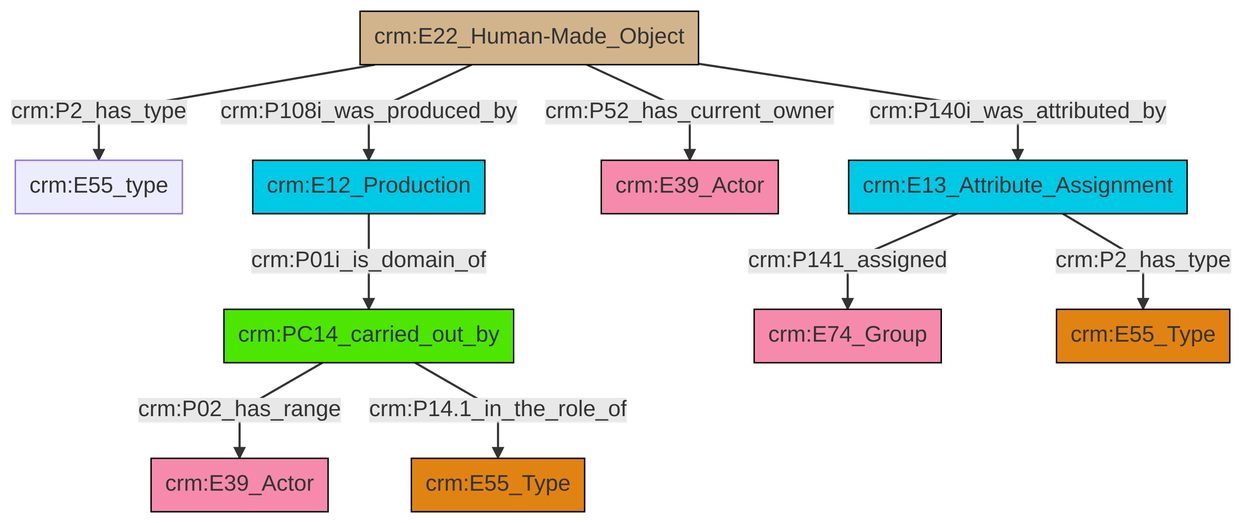
Before: et/builtWorkCSV/ttl/mmd/png/Built_Work_actor_relations.png, a diagram exported from Mermaid (swiss-art-research-net/docs.swissartresearch). Its source is kept beside it as et/builtWorkCSV/ttl/mmd/Built_Work_actor_relations.ttl.mmd.
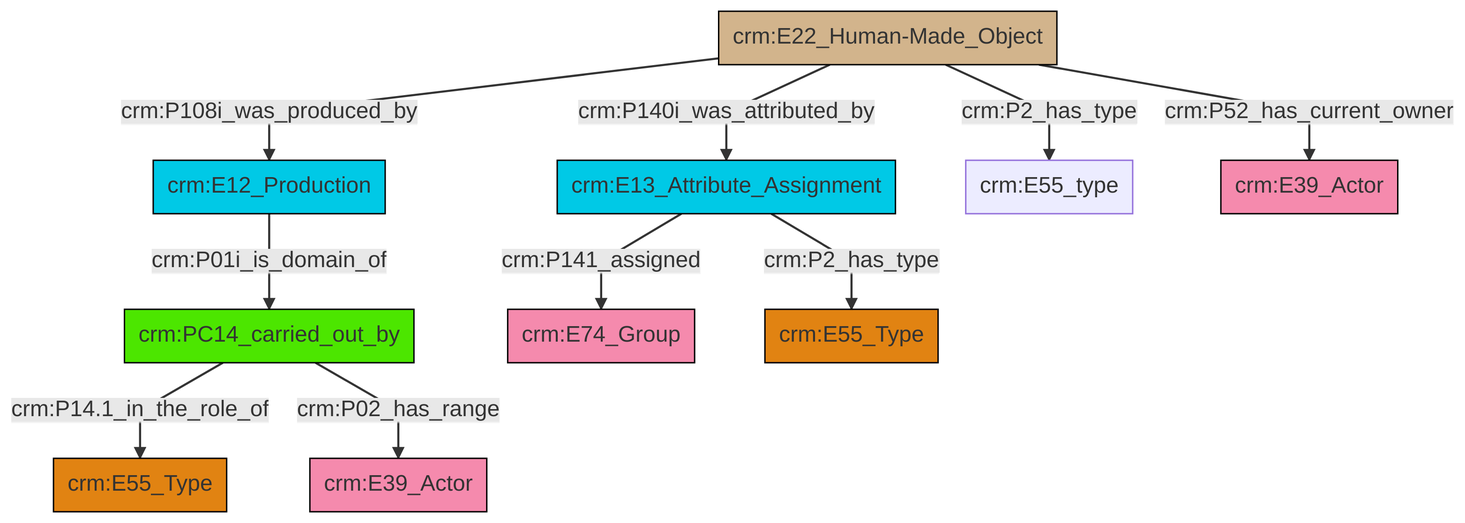
Later version of the same file.

What changed in the source:
```diff
@@ -13,12 +13,12 @@
 classDef PC_Classes fill:#4ce600, stroke:#000000;
 classDef Multi fill:#cccccc,stroke:#000000;
 
-0["crm:E22_Human-Made_Object"]:::Physical_Thing -->|crm:P2_has_type| 6["crm:E55_type"]:::Default
-0["crm:E22_Human-Made_Object"]:::Physical_Thing -->|crm:P108i_was_produced_by| 7["crm:E12_Production"]:::Temporal_Entity
-2["crm:E13_Attribute_Assignment"]:::Temporal_Entity -->|crm:P141_assigned| 8["crm:E74_Group"]:::Actor
-7["crm:E12_Production"]:::Temporal_Entity -->|crm:P01i_is_domain_of| 10["crm:PC14_carried_out_by"]:::PC_Classes
-10["crm:PC14_carried_out_by"]:::PC_Classes -->|crm:P02_has_range| 14["crm:E39_Actor"]:::Actor
-10["crm:PC14_carried_out_by"]:::PC_Classes -->|crm:P14.1_in_the_role_of| 4["crm:E55_Type"]:::Type
-2["crm:E13_Attribute_Assignment"]:::Temporal_Entity -->|crm:P2_has_type| 16["crm:E55_Type"]:::Type
-0["crm:E22_Human-Made_Object"]:::Physical_Thing -->|crm:P52_has_current_owner| 11["crm:E39_Actor"]:::Actor
-0["crm:E22_Human-Made_Object"]:::Physical_Thing -->|crm:P140i_was_attributed_by| 2["crm:E13_Attribute_Assignment"]:::Temporal_Entity
+0["crm:E12_Production"]:::Temporal_Entity -->|crm:P01i_is_domain_of| 1["crm:PC14_carried_out_by"]:::PC_Classes
+2["crm:E22_Human-Made_Object"]:::Physical_Thing -->|crm:P140i_was_attributed_by| 3["crm:E13_Attribute_Assignment"]:::Temporal_Entity
+2["crm:E22_Human-Made_Object"]:::Physical_Thing -->|crm:P108i_was_produced_by| 0["crm:E12_Production"]:::Temporal_Entity
+2["crm:E22_Human-Made_Object"]:::Physical_Thing -->|crm:P2_has_type| 4["crm:E55_type"]:::Default
+3["crm:E13_Attribute_Assignment"]:::Temporal_Entity -->|crm:P141_assigned| 5["crm:E74_Group"]:::Actor
+1["crm:PC14_carried_out_by"]:::PC_Classes -->|crm:P14.1_in_the_role_of| 7["crm:E55_Type"]:::Type
+1["crm:PC14_carried_out_by"]:::PC_Classes -->|crm:P02_has_range| 15["crm:E39_Actor"]:::Actor
+2["crm:E22_Human-Made_Object"]:::Physical_Thing -->|crm:P52_has_current_owner| 10["crm:E39_Actor"]:::Actor
+3["crm:E13_Attribute_Assignment"]:::Temporal_Entity -->|crm:P2_has_type| 13["crm:E55_Type"]:::Type
```
